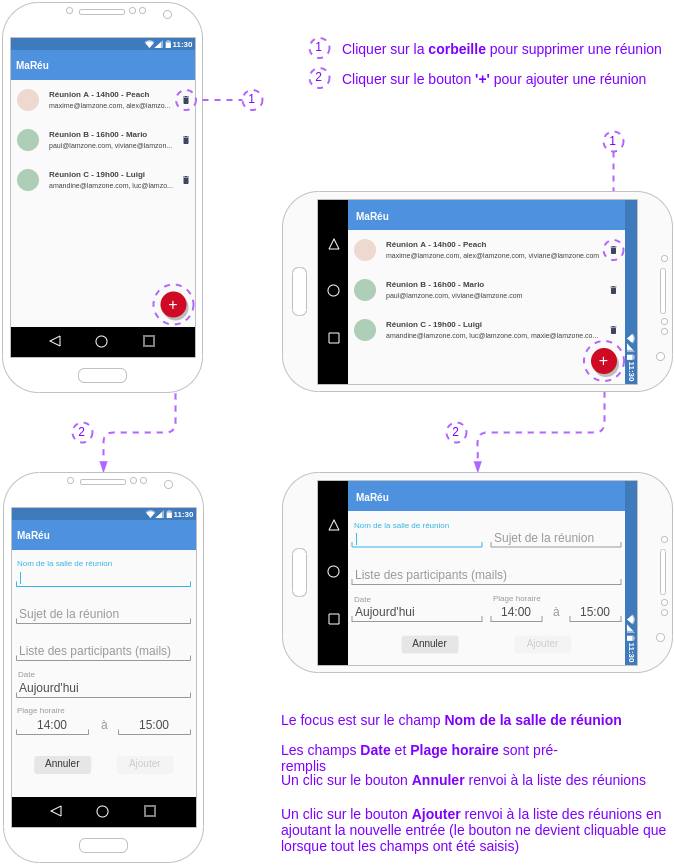
The draw.io diagram MaReu_v0.2.png in apkcreateur/OC-DAA-P4, before a commit. Source tidied: cells renumbered, new cells last; positions are measured from the earlier drawing's top-left corner, leaving out a move shared by most shapes.
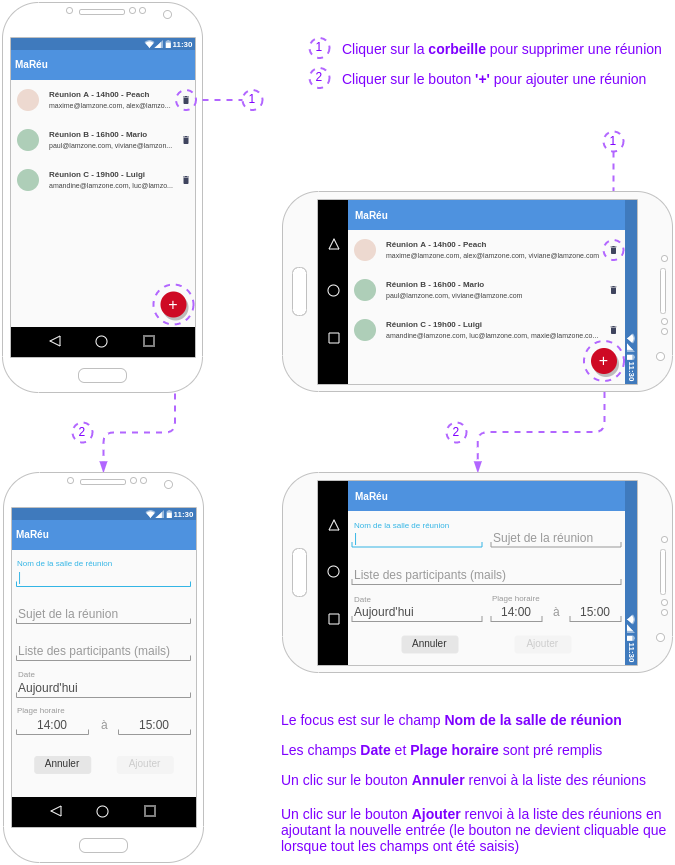
After the change.

Diff of the diagram source:
```diff
@@ -425,7 +425,7 @@
     <mxCell id="122" value="&lt;font color=&quot;#999999&quot;&gt;Plage horaire&lt;/font&gt;" style="text;html=1;strokeColor=none;fillColor=none;align=left;verticalAlign=bottom;whiteSpace=wrap;rounded=0;fontColor=#33B5E5;fontSize=8;" parent="1" vertex="1">
       <mxGeometry x="488.5" y="584" width="130" height="18" as="geometry" />
     </mxCell>
-    <mxCell id="123" value="&lt;span style=&quot;font-size: 14px&quot;&gt;Les champs &lt;b&gt;Date&lt;/b&gt; et &lt;b&gt;Plage horaire&lt;/b&gt; sont pré-remplis&lt;/span&gt;" style="text;html=1;strokeColor=none;fillColor=none;align=left;verticalAlign=middle;whiteSpace=wrap;rounded=0;dashed=1;fontColor=#7F00FF;" parent="1" vertex="1">
+    <mxCell id="123" value="&lt;span style=&quot;font-size: 14px&quot;&gt;Les champs &lt;b&gt;Date&lt;/b&gt; et &lt;b&gt;Plage horaire&lt;/b&gt; sont&amp;nbsp;&lt;/span&gt;&lt;span style=&quot;font-size: 14px&quot;&gt;pré remplis&lt;/span&gt;" style="text;html=1;strokeColor=none;fillColor=none;align=left;verticalAlign=middle;whiteSpace=wrap;rounded=0;dashed=1;fontColor=#7F00FF;" parent="1" vertex="1">
       <mxGeometry x="277" y="737.1" width="390" height="20" as="geometry" />
     </mxCell>
     <mxCell id="124" value="&lt;span style=&quot;font-size: 14px&quot;&gt;Le focus est sur le champ &lt;b&gt;Nom de la salle de réunion&lt;/b&gt;&lt;/span&gt;" style="text;html=1;strokeColor=none;fillColor=none;align=left;verticalAlign=middle;whiteSpace=wrap;rounded=0;dashed=1;fontColor=#7F00FF;" parent="1" vertex="1">
```
